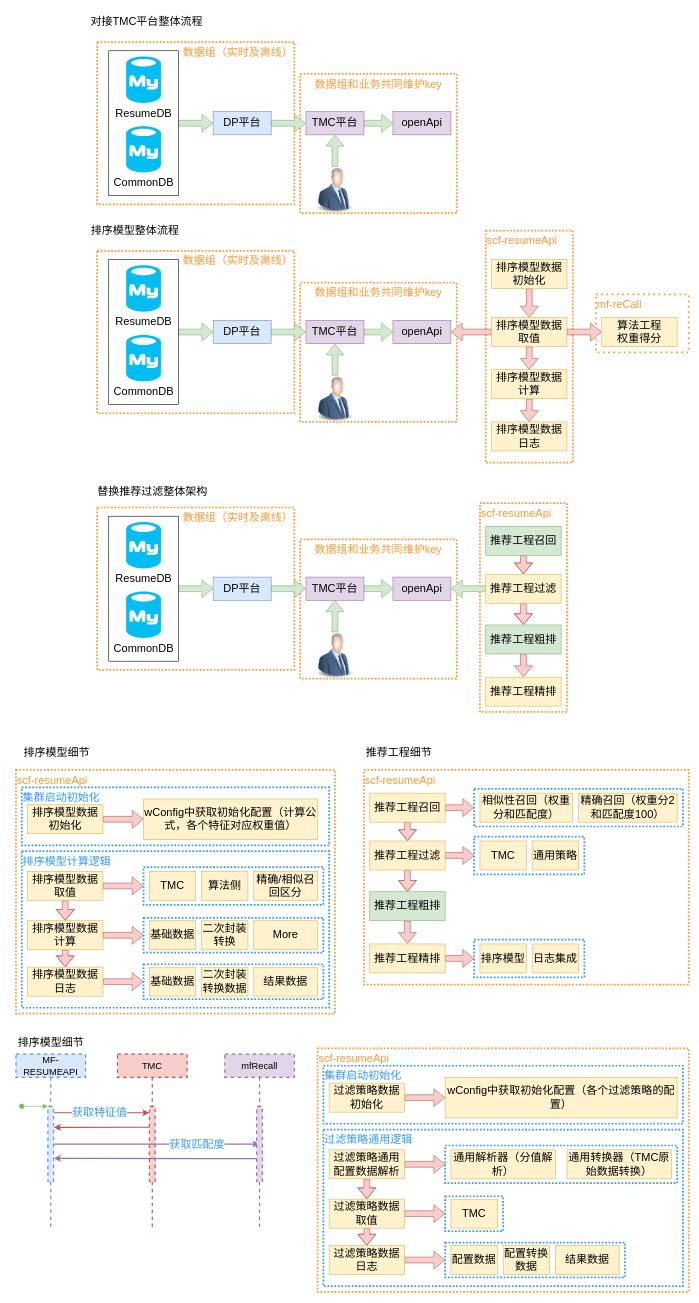
Above: 简历打分.drawio in LuOyEbY/draw-b (draw.io), before the change. Source tidied: cells renumbered, new cells numbered last; positions are measured from the earlier drawing's top-left corner, leaving out a move shared by most shapes. Both pictures are drawn from the tidied source at 58%, with x=0, y=0 at pixel (10, 10).
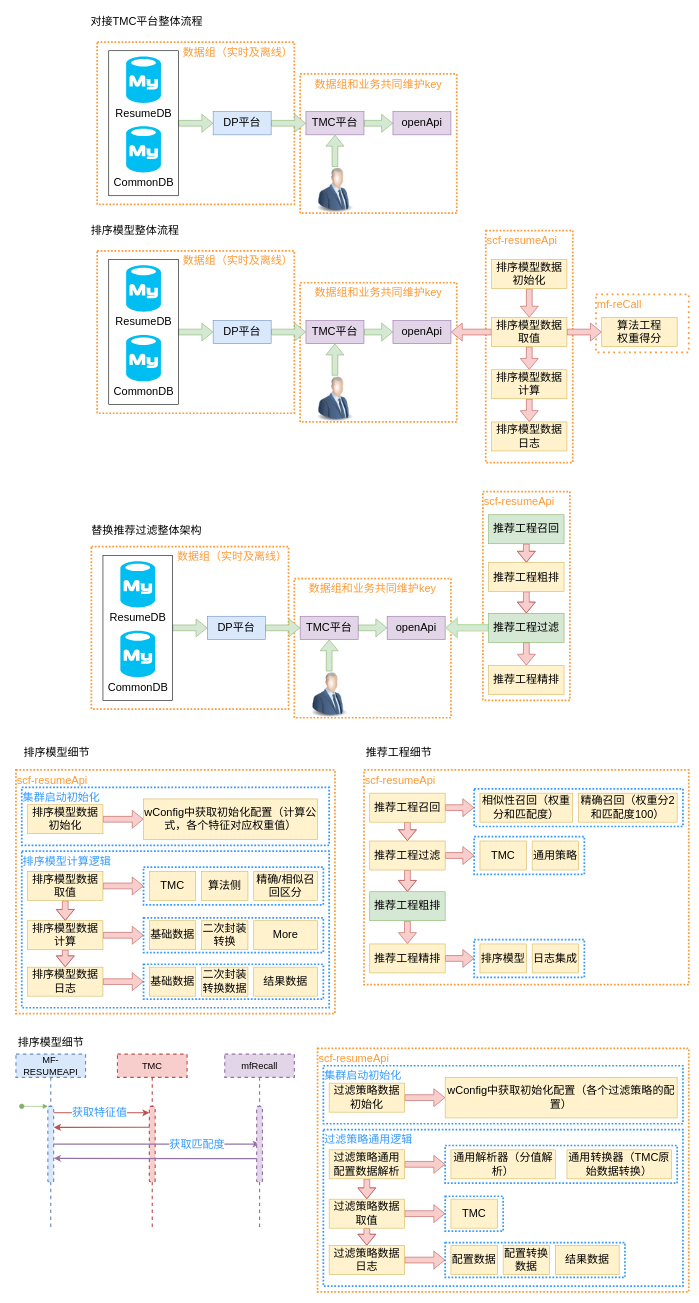
After the change.

Commit message:
更新简历打分.drawio

The edit, as a diff of the source:
```diff
@@
     <mxCell id="45" value="替换推荐过滤整体架构" style="text;html=1;align=center;verticalAlign=middle;strokeColor=none;fillColor=none;fontSize=19;" parent="1" vertex="1">
-      <mxGeometry x="140" y="810" width="210" height="40" as="geometry" />
+      <mxGeometry x="130" y="877.5" width="210" height="40" as="geometry" />
     </mxCell>
     <mxCell id="46" value="数据组和业务共同维护key" style="rounded=0;whiteSpace=wrap;html=1;dashed=1;dashPattern=1 1;strokeColor=#FF9933;strokeWidth=3;fontSize=19;fontColor=#FF9933;align=center;verticalAlign=top;" parent="1" vertex="1">
-      <mxGeometry x="500" y="912.5" width="270" height="240" as="geometry" />
+      <mxGeometry x="490" y="980" width="270" height="240" as="geometry" />
     </mxCell>
     <mxCell id="47" value="数据组（实时及离线）" style="rounded=0;whiteSpace=wrap;html=1;dashed=1;dashPattern=1 1;strokeColor=#FF9933;strokeWidth=3;fontSize=19;fontColor=#FF9933;align=right;verticalAlign=top;" parent="1" vertex="1">
-      <mxGeometry x="150" y="857.5" width="340" height="280" as="geometry" />
+      <mxGeometry x="140" y="925" width="340" height="280" as="geometry" />
     </mxCell>
@@
     <mxCell id="49" style="rounded=0;whiteSpace=wrap;html=1;fontSize=19;" parent="1" vertex="1">
-      <mxGeometry x="170" y="872.5" width="120" height="250" as="geometry" />
+      <mxGeometry x="160" y="940" width="120" height="250" as="geometry" />
     </mxCell>
     <mxCell id="50" value="ResumeDB" style="verticalLabelPosition=bottom;html=1;verticalAlign=top;align=center;strokeColor=none;fillColor=#00BEF2;shape=mxgraph.azure.mysql_database;fontSize=19;" parent="1" vertex="1">
-      <mxGeometry x="200" y="882.5" width="60" height="80" as="geometry" />
+      <mxGeometry x="190" y="950" width="60" height="80" as="geometry" />
     </mxCell>
     <mxCell id="51" value="CommonDB" style="verticalLabelPosition=bottom;html=1;verticalAlign=top;align=center;strokeColor=none;fillColor=#00BEF2;shape=mxgraph.azure.mysql_database;fontSize=19;" parent="1" vertex="1">
-      <mxGeometry x="200" y="1002.5" width="60" height="80" as="geometry" />
+      <mxGeometry x="190" y="1070" width="60" height="80" as="geometry" />
     </mxCell>
@@
     <mxCell id="53" value="DP平台" style="rounded=0;whiteSpace=wrap;html=1;fontSize=19;fillColor=#dae8fc;strokeColor=#6c8ebf;" parent="1" vertex="1">
-      <mxGeometry x="350" y="977.5" width="100" height="40" as="geometry" />
+      <mxGeometry x="340" y="1045" width="100" height="40" as="geometry" />
     </mxCell>
@@
     <mxCell id="55" value="TMC平台" style="rounded=0;whiteSpace=wrap;html=1;fontSize=19;fillColor=#e1d5e7;strokeColor=#9673a6;" parent="1" vertex="1">
-      <mxGeometry x="510" y="977.5" width="100" height="40" as="geometry" />
+      <mxGeometry x="500" y="1045" width="100" height="40" as="geometry" />
     </mxCell>
@@
     <mxCell id="57" style="image;html=1;image=img/lib/clip_art/people/Suit_Man_Blue_128x128.png;fontSize=19;" parent="1" vertex="1">
-      <mxGeometry x="520" y="1072.5" width="80" height="80" as="geometry" />
+      <mxGeometry x="510" y="1140" width="80" height="80" as="geometry" />
     </mxCell>
     <mxCell id="58" value="openApi" style="rounded=0;whiteSpace=wrap;html=1;fontSize=19;fillColor=#e1d5e7;strokeColor=#9673a6;" parent="1" vertex="1">
-      <mxGeometry x="660" y="977.5" width="100" height="40" as="geometry" />
+      <mxGeometry x="650" y="1045" width="100" height="40" as="geometry" />
     </mxCell>
     <mxCell id="59" value="scf-resumeApi" style="rounded=0;whiteSpace=wrap;html=1;fontSize=19;dashed=1;dashPattern=1 1;strokeWidth=3;strokeColor=#FF9933;align=left;verticalAlign=top;fontColor=#FF9933;" parent="1" vertex="1">
-      <mxGeometry x="810" y="850" width="150" height="360" as="geometry" />
+      <mxGeometry x="815" y="830" width="150" height="360" as="geometry" />
     </mxCell>
@@
     <mxCell id="61" value="推荐工程召回" style="rounded=0;whiteSpace=wrap;html=1;fontSize=19;fillColor=#d5e8d4;strokeColor=#82b366;" parent="1" vertex="1">
-      <mxGeometry x="820" y="890" width="130" height="50" as="geometry" />
+      <mxGeometry x="825" y="870" width="130" height="50" as="geometry" />
     </mxCell>
@@
-    <mxCell id="63" style="edgeStyle=orthogonalEdgeStyle;shape=flexArrow;rounded=0;jettySize=auto;html=1;entryX=1;entryY=0.5;entryDx=0;entryDy=0;fontSize=19;fontColor=#3399FF;fillColor=#d5e8d4;strokeColor=#82b366;" parent="1" edge="1" source="64" target="58">
-      <mxGeometry relative="1" as="geometry" />
-    </mxCell>
-    <mxCell id="64" value="推荐工程过滤" style="rounded=0;whiteSpace=wrap;html=1;fontSize=19;fillColor=#fff2cc;strokeColor=#d6b656;" parent="1" vertex="1">
-      <mxGeometry x="820" y="972.5" width="130" height="50" as="geometry" />
+    <mxCell id="64" value="推荐工程粗排" style="rounded=0;whiteSpace=wrap;html=1;fontSize=19;fillColor=#fff2cc;strokeColor=#d6b656;" parent="1" vertex="1">
+      <mxGeometry x="825" y="952.5" width="130" height="50" as="geometry" />
     </mxCell>
@@
+    <mxCell id="150" style="edgeStyle=orthogonalEdgeStyle;rounded=0;jettySize=auto;html=1;entryX=1;entryY=0.5;entryDx=0;entryDy=0;strokeColor=#B9E0A5;strokeWidth=2;fontSize=19;fontColor=#3399FF;shape=flexArrow;fillColor=#D5E8D4;" parent="1" edge="1" source="66" target="58">
+      <mxGeometry relative="1" as="geometry" />
+    </mxCell>
-    <mxCell id="66" value="推荐工程粗排" style="rounded=0;whiteSpace=wrap;html=1;fontSize=19;fillColor=#d5e8d4;strokeColor=#82b366;" parent="1" vertex="1">
-      <mxGeometry x="820" y="1060" width="130" height="50" as="geometry" />
+    <mxCell id="66" value="推荐工程过滤" style="rounded=0;whiteSpace=wrap;html=1;fontSize=19;fillColor=#d5e8d4;strokeColor=#82b366;" parent="1" vertex="1">
+      <mxGeometry x="825" y="1040" width="130" height="50" as="geometry" />
     </mxCell>
     <mxCell id="67" value="推荐工程精排" style="rounded=0;whiteSpace=wrap;html=1;fontSize=19;fillColor=#fff2cc;strokeColor=#d6b656;" parent="1" vertex="1">
-      <mxGeometry x="820" y="1150" width="130" height="50" as="geometry" />
+      <mxGeometry x="825" y="1130" width="130" height="50" as="geometry" />
     </mxCell>
```
